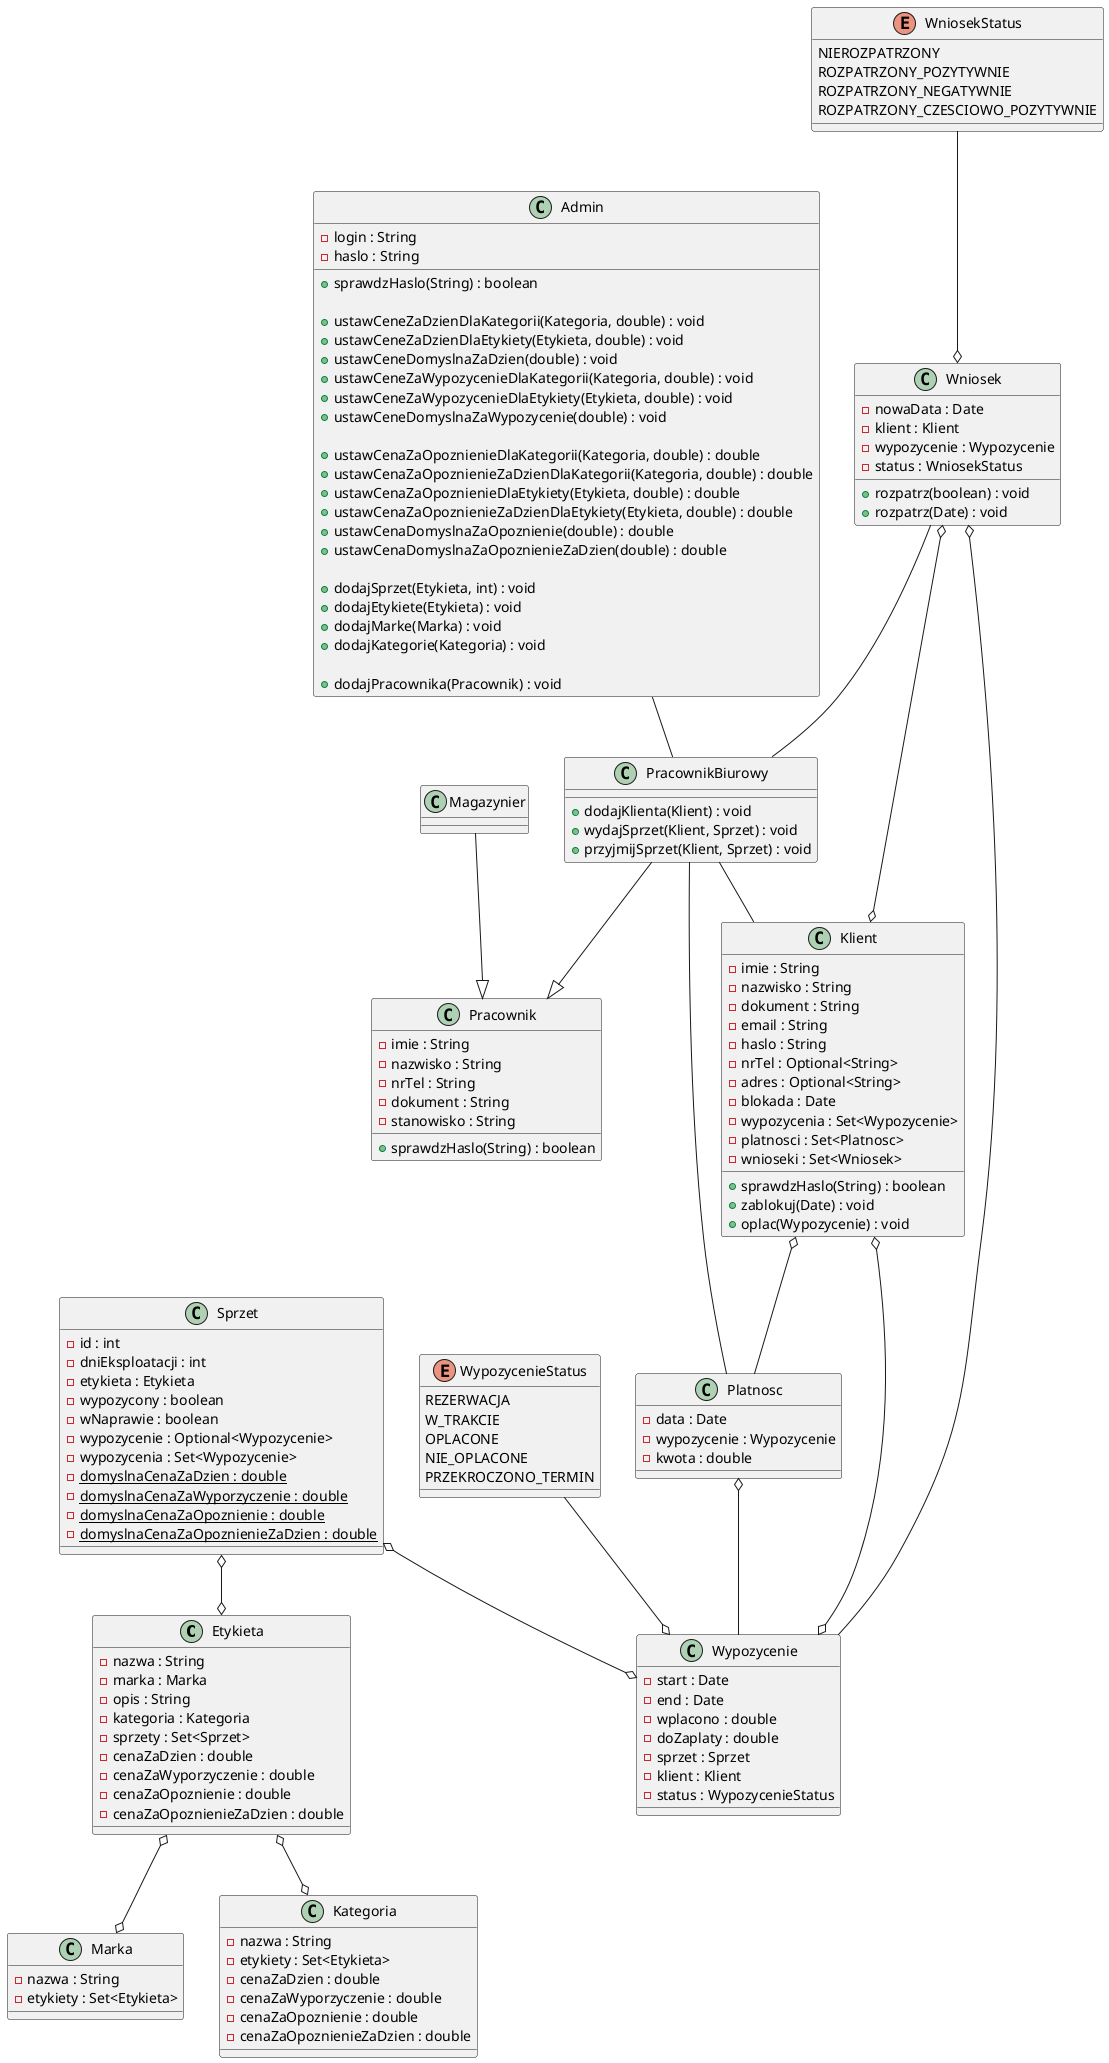
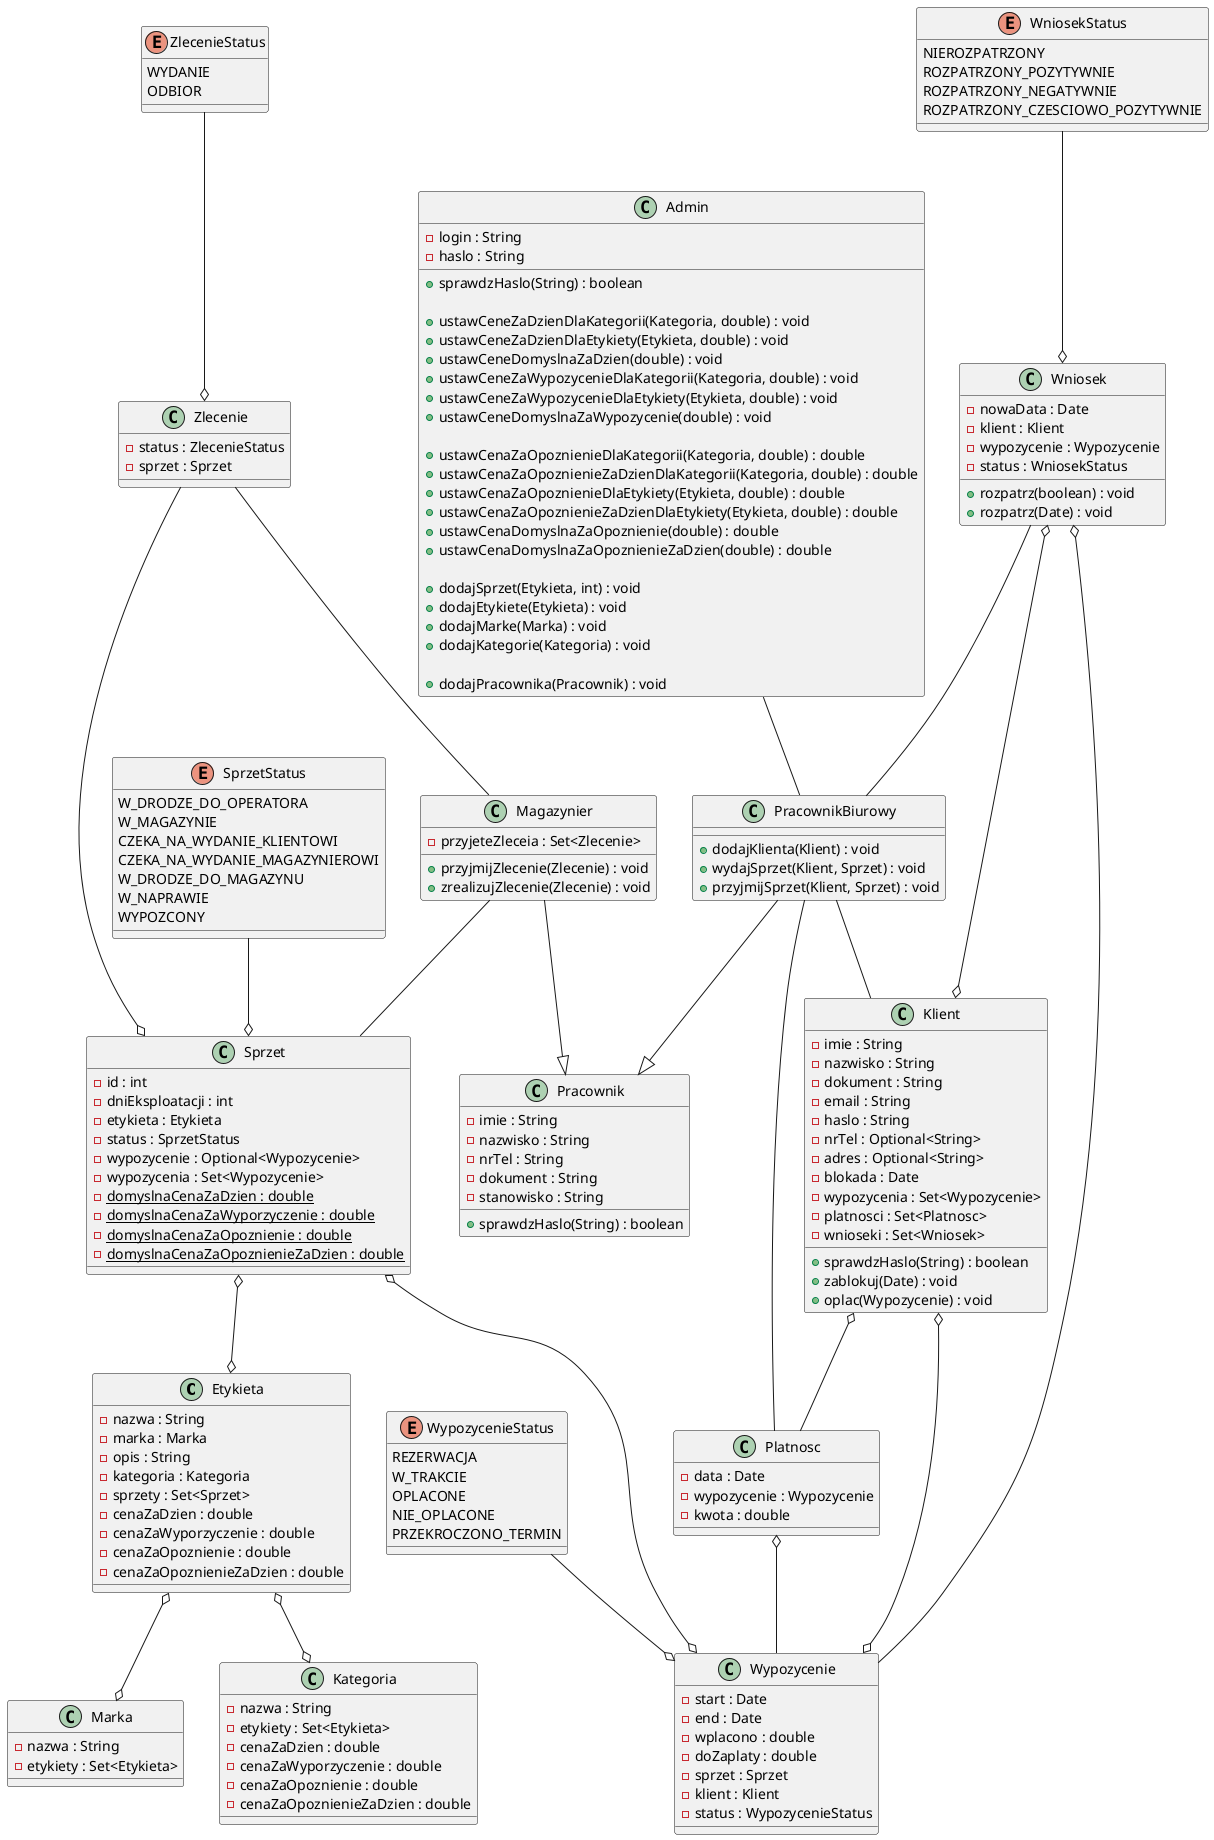
@startuml sprzet

	class "Etykieta" as E {
		- nazwa : String
		- marka : Marka
		- opis : String
		- kategoria : Kategoria
		- sprzety : Set<Sprzet>
		- cenaZaDzien : double
		- cenaZaWyporzyczenie : double
		- cenaZaOpoznienie : double
		- cenaZaOpoznienieZaDzien : double
	}

	class "Marka" as M {
		- nazwa : String
		- etykiety : Set<Etykieta>
	}

	class "Kategoria" as K {
		- nazwa : String
		- etykiety : Set<Etykieta>
		- cenaZaDzien : double
		- cenaZaWyporzyczenie : double
		- cenaZaOpoznienie : double
		- cenaZaOpoznienieZaDzien : double
	}

	class "Sprzet" as S {
		- id : int
		- dniEksploatacji : int
		- etykieta : Etykieta
- 		- wypozycony : boolean
- 		- wNaprawie : boolean
+ 		- status : SprzetStatus
		- wypozycenie : Optional<Wypozycenie>
		- wypozycenia : Set<Wypozycenie>
		- {static} domyslnaCenaZaDzien : double
		- {static} domyslnaCenaZaWyporzyczenie : double
		- {static} domyslnaCenaZaOpoznienie : double
		- {static} domyslnaCenaZaOpoznienieZaDzien : double
+ 	}
+ 
+ 	enum "SprzetStatus" as SS {
+ 		W_DRODZE_DO_OPERATORA
+ 		W_MAGAZYNIE
+ 		CZEKA_NA_WYDANIE_KLIENTOWI
+ 		CZEKA_NA_WYDANIE_MAGAZYNIEROWI
+ 		W_DRODZE_DO_MAGAZYNU
+ 		W_NAPRAWIE
+ 		WYPOZCONY
	}


	class "Wypozycenie" as W {
		- start : Date
		- end : Date
		- wplacono : double
		- doZaplaty : double
		- sprzet : Sprzet
		- klient : Klient
		- status : WypozycenieStatus
	}

	enum "WypozycenieStatus" as WS {
		REZERWACJA
		W_TRAKCIE
		OPLACONE
		NIE_OPLACONE
		PRZEKROCZONO_TERMIN
	}




	class "Admin" as A {
		- login : String
		- haslo : String
		+ sprawdzHaslo(String) : boolean

		+ ustawCeneZaDzienDlaKategorii(Kategoria, double) : void
		+ ustawCeneZaDzienDlaEtykiety(Etykieta, double) : void
		+ ustawCeneDomyslnaZaDzien(double) : void
		+ ustawCeneZaWypozycenieDlaKategorii(Kategoria, double) : void
		+ ustawCeneZaWypozycenieDlaEtykiety(Etykieta, double) : void
		+ ustawCeneDomyslnaZaWypozycenie(double) : void

		+ ustawCenaZaOpoznienieDlaKategorii(Kategoria, double) : double
		+ ustawCenaZaOpoznienieZaDzienDlaKategorii(Kategoria, double) : double
		+ ustawCenaZaOpoznienieDlaEtykiety(Etykieta, double) : double
		+ ustawCenaZaOpoznienieZaDzienDlaEtykiety(Etykieta, double) : double
		+ ustawCenaDomyslnaZaOpoznienie(double) : double
		+ ustawCenaDomyslnaZaOpoznienieZaDzien(double) : double

		+ dodajSprzet(Etykieta, int) : void
		+ dodajEtykiete(Etykieta) : void
		+ dodajMarke(Marka) : void
		+ dodajKategorie(Kategoria) : void

		+ dodajPracownika(Pracownik) : void
	}

	class "Pracownik" as P {
		- imie : String
		- nazwisko : String
		- nrTel : String
		- dokument : String
		- stanowisko : String
		+ sprawdzHaslo(String) : boolean
	}

	class "Klient" as KL {
		- imie : String
		- nazwisko : String
		- dokument : String
		- email : String
		- haslo : String
		- nrTel : Optional<String>
		- adres : Optional<String>
		- blokada : Date
		- wypozycenia : Set<Wypozycenie>
		- platnosci : Set<Platnosc>
		- wnioseki : Set<Wniosek>
		+ sprawdzHaslo(String) : boolean
		+ zablokuj(Date) : void
		+ oplac(Wypozycenie) : void
	}

- 	class "Magazynier" as MA
+ 	class "Magazynier" as MA {
+ 		- przyjeteZleceia : Set<Zlecenie>
+ 		+ przyjmijZlecenie(Zlecenie) : void
+ 		+ zrealizujZlecenie(Zlecenie) : void
+ 	}

	class "PracownikBiurowy" as PB {
		+ dodajKlienta(Klient) : void
		+ wydajSprzet(Klient, Sprzet) : void
		+ przyjmijSprzet(Klient, Sprzet) : void
	}

	class "Platnosc" as PL {
		- data : Date
		- wypozycenie : Wypozycenie
		- kwota : double
	}

	class "Wniosek" as WN {
		- nowaData : Date
		- klient : Klient
		- wypozycenie : Wypozycenie
		- status : WniosekStatus
		+ rozpatrz(boolean) : void
		+ rozpatrz(Date) : void
	}

	enum "WniosekStatus" as WNS {
		NIEROZPATRZONY
		ROZPATRZONY_POZYTYWNIE
		ROZPATRZONY_NEGATYWNIE
		ROZPATRZONY_CZESCIOWO_POZYTYWNIE
	}

- 	' class "Zlecenie" as Z
- 
- 	' enum "ZlecenieStatus" as ZS {
- 	' 	W_REALIZACJI
- 	' 	W_DRODZE_DO_OPERATORA
- 	' 	CZEKA_NA_WYDANIE_KLIENTOWI
- 	' 	ZLECONY_DO_ODBIORU
- 	' 	CZEKA_NA_WYDANIE_MAGAZYNIEROWI
- 	' 	W_DORODZE_DO_MAGAZYNU
- 	' }
+ 	class "Zlecenie" as Z {
+ 		- status : ZlecenieStatus
+ 		- sprzet : Sprzet
+ 	}
+ 
+ 	enum "ZlecenieStatus" as ZS {
+ 		WYDANIE
+ 		ODBIOR
+ 	}

	S o--o E

	E o--o M

	E o--o K

	S o--o W

	WS --o W

	KL o--o W

	A -- PB

	PB -- KL

	KL o-- PL
	PB -- PL
	PL o-- W

	WN o--o KL
	WN -- PB
	WN o-- W
	WNS --o WN
- 	' A -up- E
- 	' A -up- K

	MA --|> P
	PB --|> P

- 	' Z -- MA
- 	' Z -- S
- 	' ZS -- Z
+ 	SS --o S
+ 
+ 	ZS --o Z
+ 	Z -- MA
+ 	Z --o S
+ 	MA -- S

@enduml